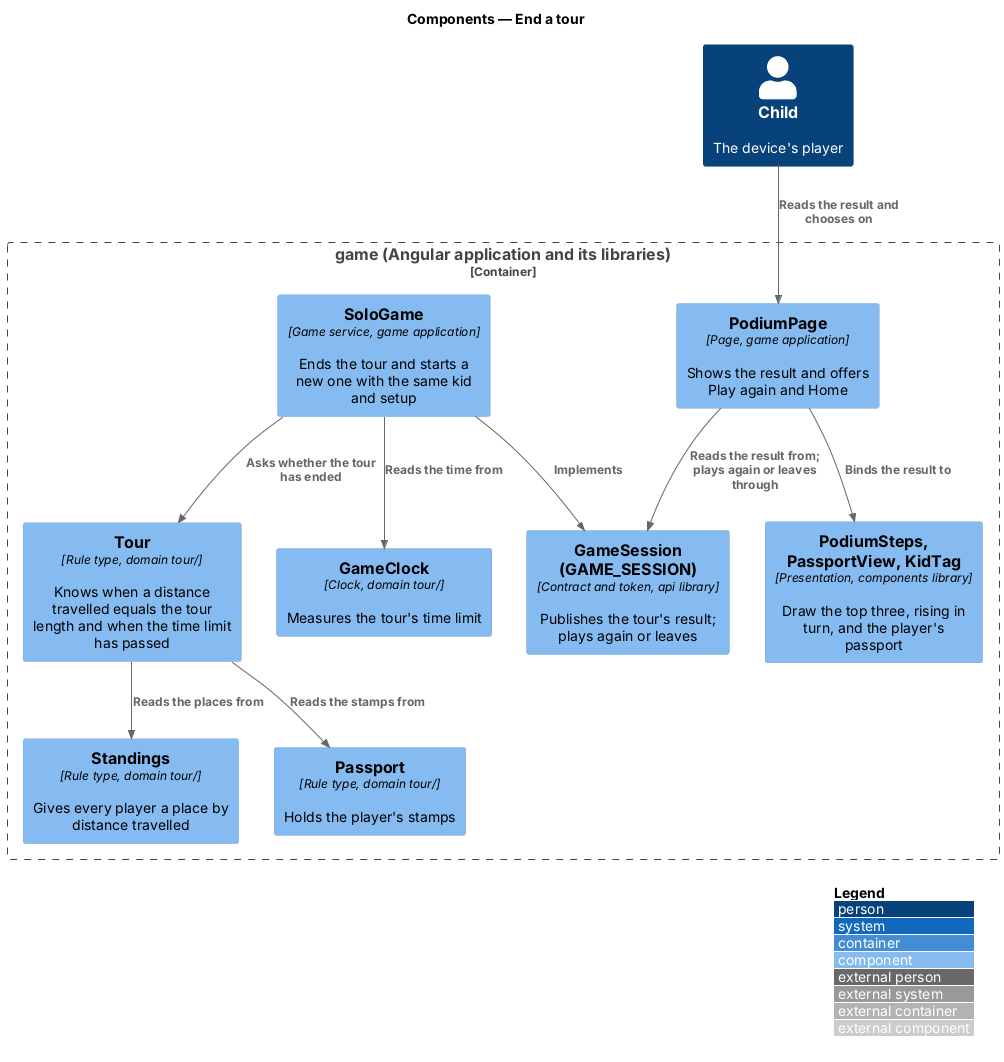
QuinntyneBrown/around-the-world keeps this PlantUML diagram as docs/detailed-designs/tour/end-tour/diagrams/c4-component.png. Above is the earlier version. Its source is kept beside it as docs/detailed-designs/tour/end-tour/diagrams/c4-component.puml. Its diagram source:
```plantuml
@startuml
!include <C4/C4_Component>
LAYOUT_WITH_LEGEND()
title Components — End a tour

Person(child, "Child", "The device's player")
Container_Boundary(game, "game (Angular application and its libraries)") {
  Component(page, "PodiumPage", "Page, game application", "Shows the result and offers Play again and Home")
  Component(views, "PodiumSteps, PassportView, KidTag", "Presentation, components library", "Draw the top three, rising in turn, and the player's passport")
  Component(session, "GameSession (GAME_SESSION)", "Contract and token, api library", "Publishes the tour's result; plays again or leaves")
  Component(solo, "SoloGame", "Game service, game application", "Ends the tour and starts a new one with the same kid and setup")
  Component(tour, "Tour", "Rule type, domain tour/", "Knows when a distance travelled equals the tour length and when the time limit has passed")
  Component(standings, "Standings", "Rule type, domain tour/", "Gives every player a place by distance travelled")
  Component(passport, "Passport", "Rule type, domain tour/", "Holds the player's stamps")
  Component(clock, "GameClock", "Clock, domain tour/", "Measures the tour's time limit")
}
Rel(child, page, "Reads the result and chooses on")
Rel(page, views, "Binds the result to")
Rel(page, session, "Reads the result from; plays again or leaves through")
Rel(solo, session, "Implements")
Rel(solo, tour, "Asks whether the tour has ended")
Rel(solo, clock, "Reads the time from")
Rel(tour, standings, "Reads the places from")
Rel(tour, passport, "Reads the stamps from")
@enduml
```
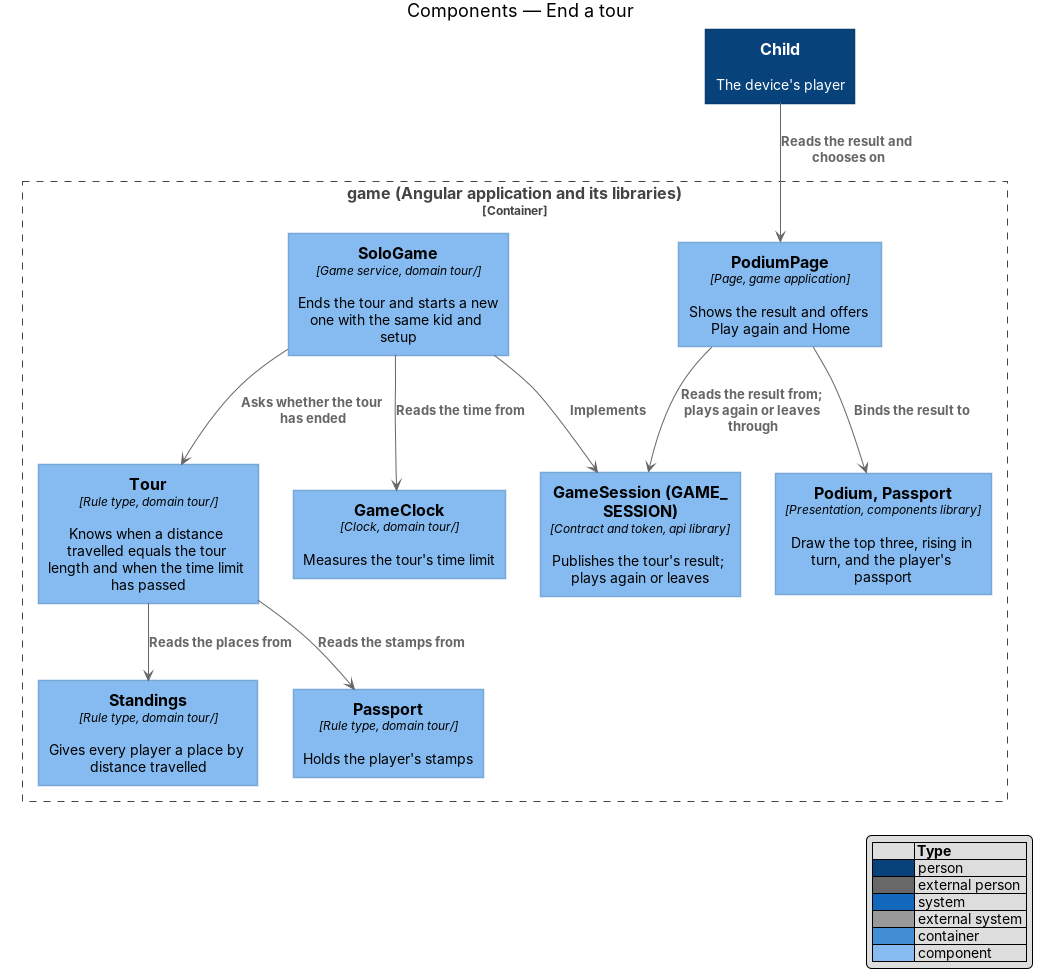
Above is the later version.

Diff of the diagram source:
```diff
@@ -6,9 +6,9 @@
 Person(child, "Child", "The device's player")
 Container_Boundary(game, "game (Angular application and its libraries)") {
   Component(page, "PodiumPage", "Page, game application", "Shows the result and offers Play again and Home")
-  Component(views, "PodiumSteps, PassportView, KidTag", "Presentation, components library", "Draw the top three, rising in turn, and the player's passport")
+  Component(views, "Podium, Passport", "Presentation, components library", "Draw the top three, rising in turn, and the player's passport")
   Component(session, "GameSession (GAME_SESSION)", "Contract and token, api library", "Publishes the tour's result; plays again or leaves")
-  Component(solo, "SoloGame", "Game service, game application", "Ends the tour and starts a new one with the same kid and setup")
+  Component(solo, "SoloGame", "Game service, domain tour/", "Ends the tour and starts a new one with the same kid and setup")
   Component(tour, "Tour", "Rule type, domain tour/", "Knows when a distance travelled equals the tour length and when the time limit has passed")
   Component(standings, "Standings", "Rule type, domain tour/", "Gives every player a place by distance travelled")
   Component(passport, "Passport", "Rule type, domain tour/", "Holds the player's stamps")
```
